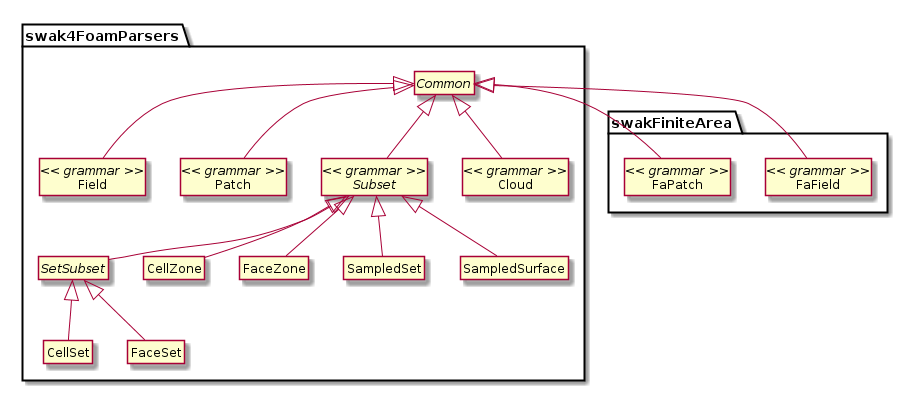
The PlantUML diagram Documentation/parserRelationships.png in Unofficial-Extend-Project-Mirror/openfoam-extend-swak4Foam-dev, before a commit. Source of this version:
```plantuml
@startuml
package swak4FoamParsers {
Common <|-- Field
Common <|-- Patch
Common <|-- Subset
Subset <|-- SetSubset
SetSubset <|-- CellSet
Subset <|-- CellZone
SetSubset <|-- FaceSet
Subset <|-- FaceZone
Subset <|-- SampledSet
Subset <|-- SampledSurface
Common <|-- Cloud

class Field << grammar >>
class Patch << grammar >>
class Cloud << grammar >>
abstract class Subset << grammar >>
abstract class SetSubset
abstract class Common
}

package swakFiniteArea {
Common <|-- FaField
Common <|-- FaPatch

class FaField << grammar >>
class FaPatch << grammar >>
}

hide members
hide circle

@enduml
```
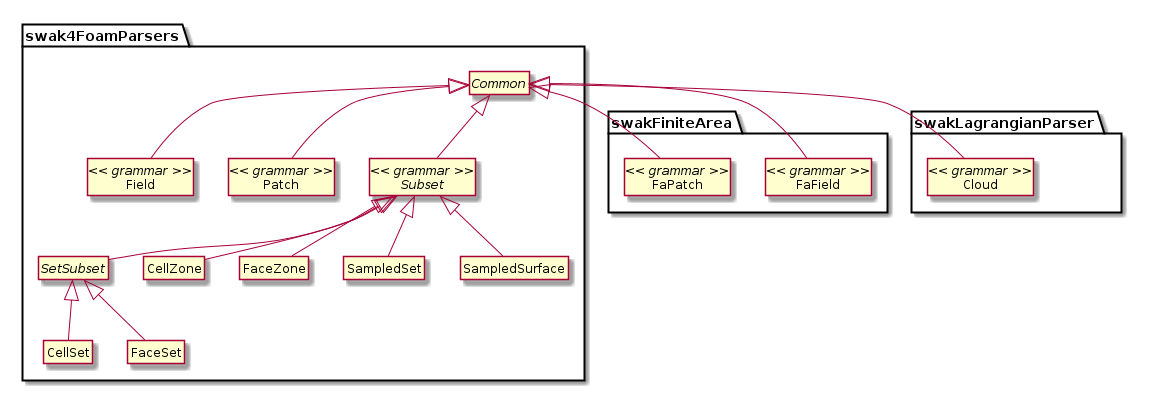
Later version of the same file.

Commit message:
Correct Diagram

The edit, as a diff of the source:
```diff
@@ -10,11 +10,9 @@
 Subset <|-- FaceZone
 Subset <|-- SampledSet
 Subset <|-- SampledSurface
-Common <|-- Cloud
 
 class Field << grammar >>
 class Patch << grammar >>
-class Cloud << grammar >>
 abstract class Subset << grammar >>
 abstract class SetSubset
 abstract class Common
@@ -28,6 +26,12 @@
 class FaPatch << grammar >>
 }
 
+package swakLagrangianParser {
+Common <|-- Cloud
+
+class Cloud << grammar >>
+}
+
 hide members
 hide circle
 
```
